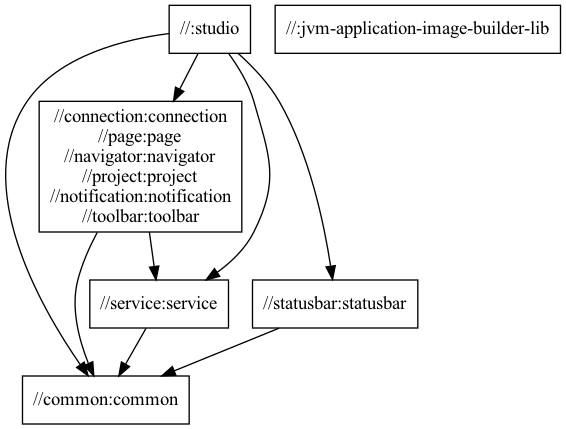
Before: docs/package-structure.png, a diagram exported from Graphviz (typedb/typedb-studio). Its source is kept beside it as docs/package-structure.dot.
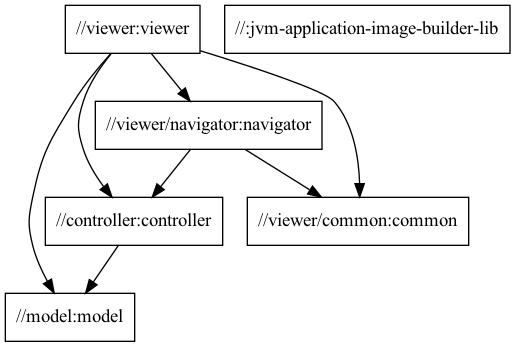
After the commit.

Diff of the diagram source:
```diff
@@ -1,17 +1,16 @@
 digraph mygraph {
   node [shape=box];
-  "//:studio"
-  "//:studio" -> "//common:common"
-  "//:studio" -> "//connection:connection\n//page:page\n//navigator:navigator\n//project:project\n//notification:notification\n//toolbar:toolbar"
-  "//:studio" -> "//statusbar:statusbar"
-  "//:studio" -> "//service:service"
+  "//viewer:viewer"
+  "//viewer:viewer" -> "//controller:controller"
+  "//viewer:viewer" -> "//model:model"
+  "//viewer:viewer" -> "//viewer/navigator:navigator"
+  "//viewer:viewer" -> "//viewer/common:common"
+  "//viewer/navigator:navigator"
+  "//viewer/navigator:navigator" -> "//controller:controller"
+  "//viewer/navigator:navigator" -> "//viewer/common:common"
+  "//controller:controller"
+  "//controller:controller" -> "//model:model"
+  "//model:model"
   "//:jvm-application-image-builder-lib"
-  "//statusbar:statusbar"
-  "//statusbar:statusbar" -> "//common:common"
-  "//connection:connection\n//page:page\n//navigator:navigator\n//project:project\n//notification:notification\n//toolbar:toolbar"
-  "//connection:connection\n//page:page\n//navigator:navigator\n//project:project\n//notification:notification\n//toolbar:toolbar" -> "//common:common"
-  "//connection:connection\n//page:page\n//navigator:navigator\n//project:project\n//notification:notification\n//toolbar:toolbar" -> "//service:service"
-  "//service:service"
-  "//service:service" -> "//common:common"
-  "//common:common"
+  "//viewer/common:common"
 }
```
